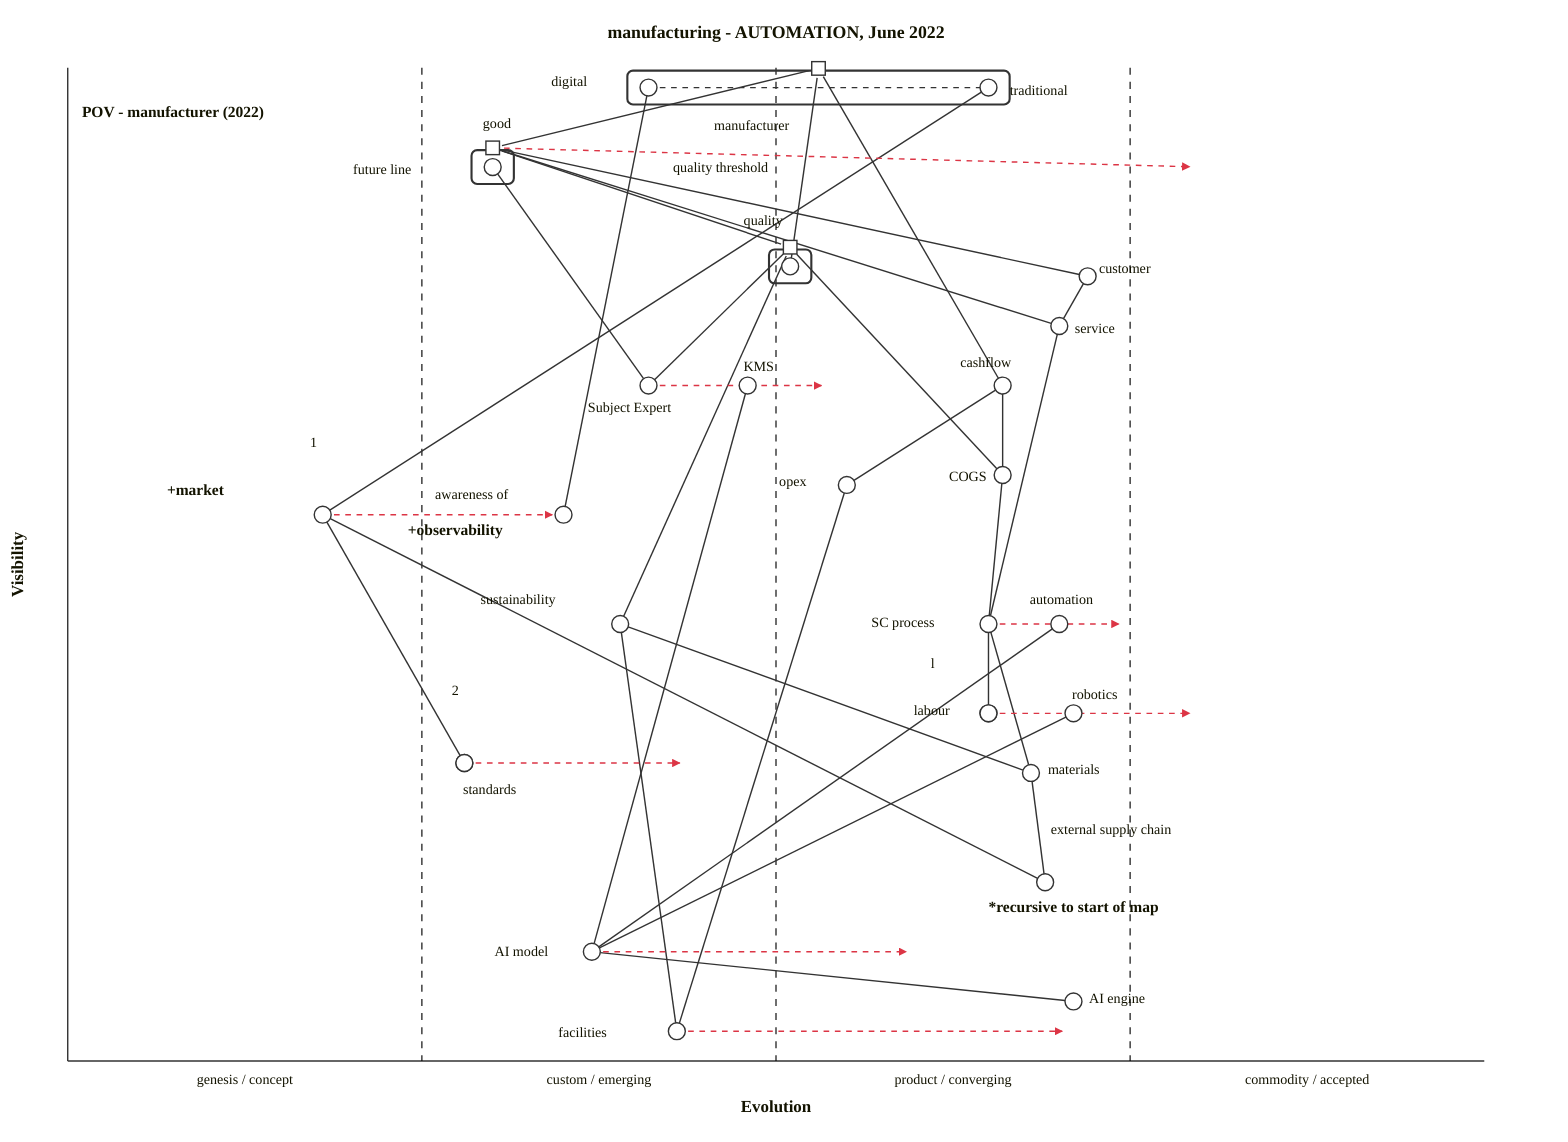
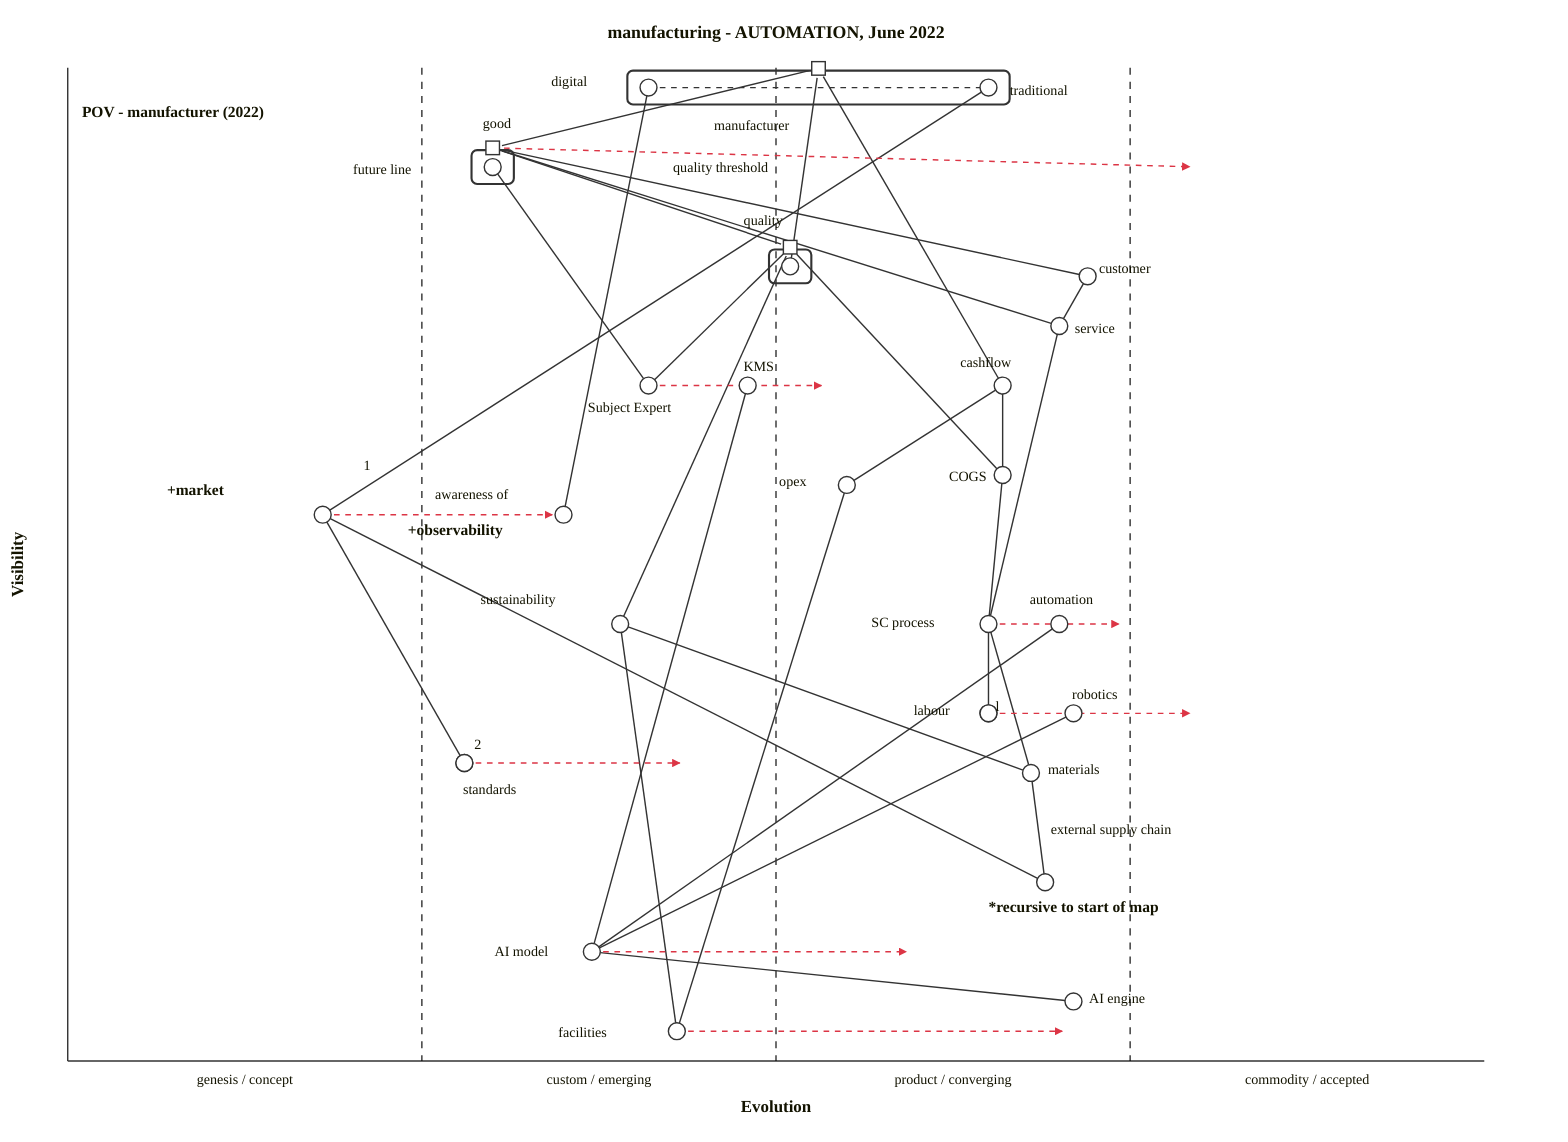
wardley-beta
title manufacturing - AUTOMATION, June 2022
size [1100, 800]

evolution genesis / concept -> custom / emerging -> product/ converging -> commodity / accepted

note "POV - manufacturer (2022)" [0.95, 0.01]
note "*recursive to start of map" [0.15, 0.65]
note "+observability" [0.53, 0.24]
note "+market" [0.57, 0.07]
evolve AI model 0.6
component AI engine [0.06, 0.71] label [11, 1]
component good [0.90, 0.65] label [-7, -14]
pipeline good {
  component future line [0.3] label [-99, 5]
}
component Subject Expert [0.68, 0.41] label [-43, 19]
component standards [0.30, 0.28] label [-1, 22]
- component "2" [0.3, 0.28] label [-9, -48]
+ component "2" [0.3, 0.28] label [7, -10]
evolve "2" 0.44

quality -> COGS
COGS -> actors
component labour [0.35, 0.65] label [-53, 1]
evolve labour 0.8
component robotics [0.35, 0.71] label [-1, -10]
evolve good 0.8
evolve facilities 0.71

- component l [0.35, 0.65] label [-41, -32]
+ component l [0.35, 0.65] label [5, -2]
l -> SC process

component AI model [0.11, 0.37] label [-69, 3]
component KMS [0.68, 0.48] label [-3, -10]

evolve SC process 0.75
component automation [0.44, 0.70] label [-21, -14]

component manufacturer [0.98, 0.57] label [-74, 44]
pipeline manufacturer {
  component digital [0.41] label [-69, -1]
  component traditional [0.65] label [15, 5]
}
manufacturer -> need
manufacturer -> continued existence
manufacturer -> quality threshold
continued existence -> good

component SC process [0.44, 0.65] label [-83, 2]

component service [0.74, 0.70] label [11, 5]

quality service -> continued existence
good -> service
quality service -> service

quality service -> quality

quality service -> "market need"

quality -> need

need -> "customer [0.91, 0.10]"

component COGS [0.59, 0.66] label [-38, 4]

component cashflow [0.68, 0.66] label [-30, -13]

continued existence -> cashflow

cashflow -> efficiency

cashflow -> opex

cashflow -> subsidies
cashflow -> investors
cashflow -> debt

component opex [0.58, 0.55] label [-48, 1]

COGS -> time

need -> customer

quality -> process

continued existence -> sustainability

continued existence -> need

service -> need

quality -> sustainability

cashflow -> COGS

COGS -> SC process

service -> SC process

SC process -> time

process -> efficiency

component external supply chain [0.18, 0.69] label [4, -34]
component awareness of [0.55, 0.35] label [-91, -11]
- component "1" [0.55, 0.18] label [-9, -48]
+ component "1" [0.55, 0.18] label [29, -32]
evolve "1" 0.35

component materials [0.29, 0.68] label [12, 1]

SC process -> materials
process -> materials
sustainability -> materials

component facilities [0.03, 0.43] label [-84, 4]
sustainability -> facilities
process -> facilities
facilities -> actors

evolve Subject Expert 0.54

opex -> facilities

sustainability -> process

component customer [0.79, 0.72] label [8, -2]

component quality [0.80, 0.57] label [-33, -16]
pipeline quality {
  component quality threshold [0.51] label [-83, -67]
}

component sustainability [0.44, 0.39] label [-99, -14]
manufacturer -> good
manufacturer -> quality service
manufacturer -> cashflow
customer -> good
good -> quality
customer -> service
quality -> Subject Expert
labour -> labour_future
future line -> Subject Expert
robotics -> AI
automation -> AI
AI -> Subject Expert
AI engine -> AI
KMS -> AI model
AI model -> automation
robotics -> AI model
AI engine -> AI model
materials -> external supply chain
"1" -> external supply chain
traditional -> "1"
digital -> awareness of
standards -> "1"

